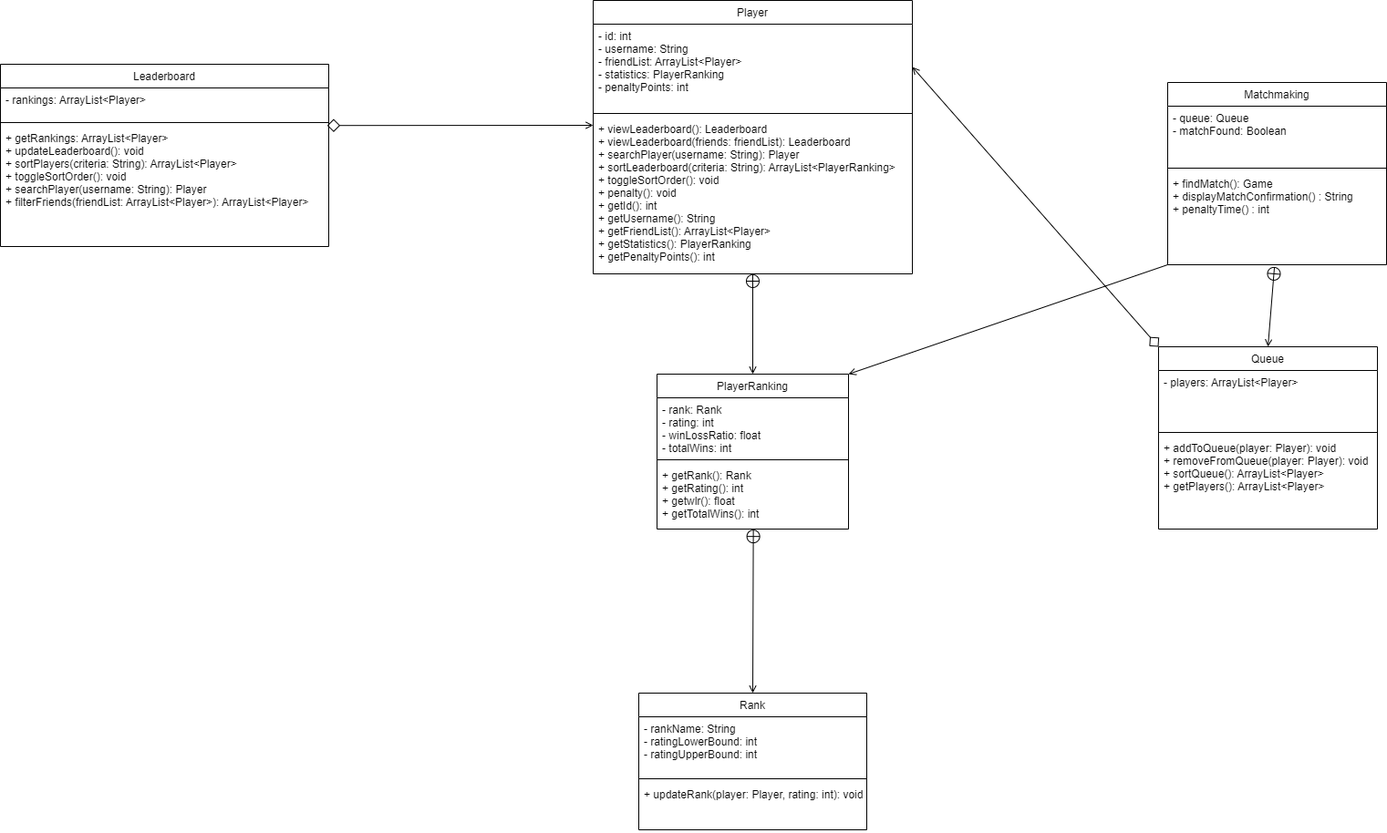
The draw.io diagram Leaderboard_Matchmaking_Documents/to be merged/leaderboard matchmaking class_diagram.png in illiteratewaffle/RetroArcade, before a commit. Source tidied: cells renumbered, new cells last; positions are measured from the earlier drawing's top-left corner, leaving out a move shared by most shapes.
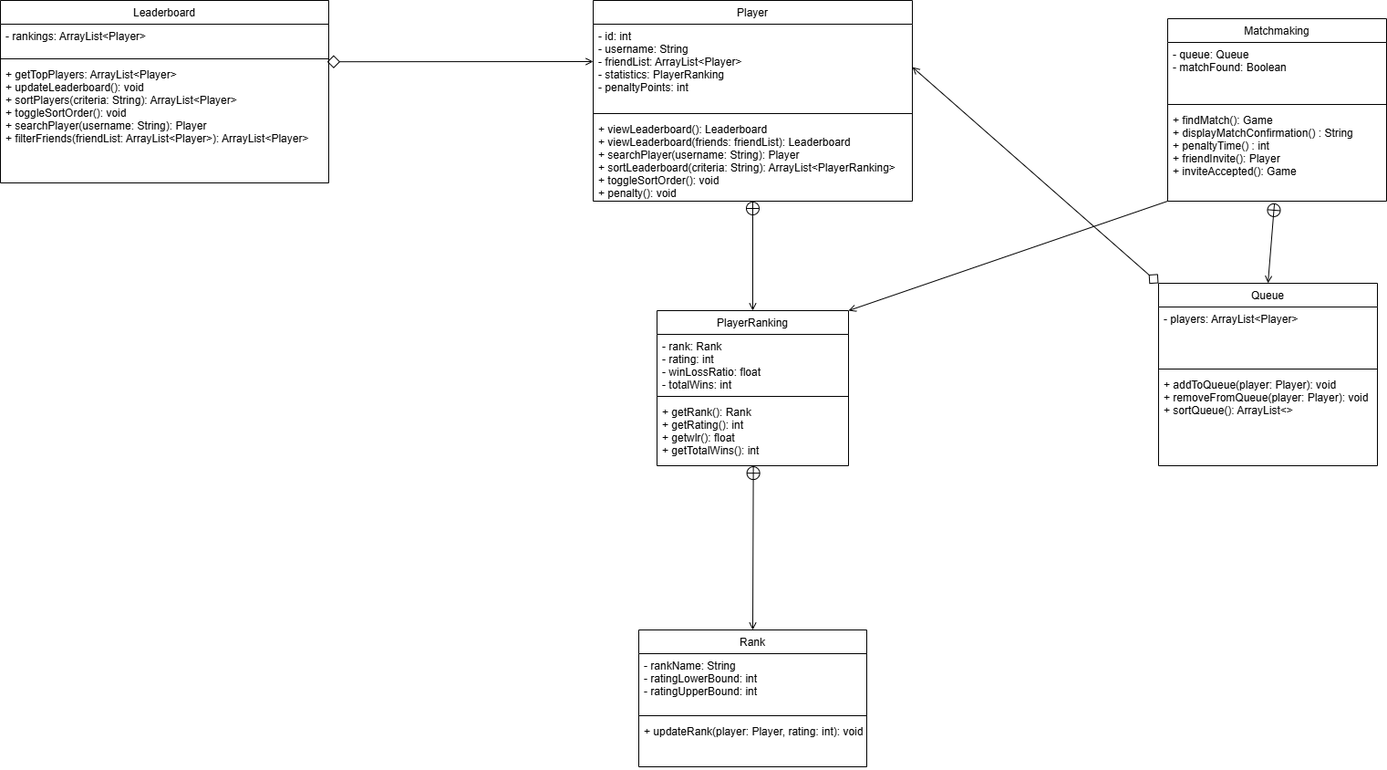
Above is the later version.

What changed in the source:
```diff
@@ -6,7 +6,7 @@
       <mxGeometry relative="1" as="geometry" />
     </mxCell>
     <mxCell id="3" value="Player" style="swimlane;fontStyle=0;align=center;verticalAlign=top;horizontal=1;startSize=26;rounded=0;shadow=0;strokeWidth=1;" parent="1" vertex="1">
-      <mxGeometry x="650" width="350" height="300" as="geometry" />
+      <mxGeometry x="650" y="70" width="350" height="220" as="geometry" />
     </mxCell>
     <mxCell id="4" value="- id: int&#10;- username: String&#10;- friendList: ArrayList&lt;Player&gt;&#10;- statistics: PlayerRanking&#10;- penaltyPoints: int" style="text;align=left;verticalAlign=top;spacingLeft=4;spacingRight=4;overflow=hidden;points=[[0,0.5],[1,0.5]];portConstraint=eastwest;" parent="3" vertex="1">
       <mxGeometry y="26" width="350" height="94" as="geometry" />
@@ -14,8 +14,8 @@
     <mxCell id="5" style="line;html=1;strokeWidth=1;align=left;verticalAlign=middle;spacingTop=-1;spacingLeft=3;spacingRight=3;labelPosition=right;" parent="3" vertex="1">
       <mxGeometry y="120" width="350" height="8" as="geometry" />
     </mxCell>
-    <mxCell id="6" value="+ viewLeaderboard(): Leaderboard&#10;+ viewLeaderboard(friends: friendList): Leaderboard&#10;+ searchPlayer(username: String): Player&#10;+ sortLeaderboard(criteria: String): ArrayList&lt;PlayerRanking&gt;&#10;+ toggleSortOrder(): void &#10;+ penalty(): void&#10;+ getId(): int&#10;+ getUsername(): String&#10;+ getFriendList(): ArrayList&lt;Player&gt;&#10;+ getStatistics(): PlayerRanking&#10;+ getPenaltyPoints(): int&#10;" style="text;align=left;verticalAlign=top;spacingLeft=4;spacingRight=4;overflow=hidden;" parent="3" vertex="1">
-      <mxGeometry y="128" width="350" height="172" as="geometry" />
+    <mxCell id="6" value="+ viewLeaderboard(): Leaderboard&#10;+ viewLeaderboard(friends: friendList): Leaderboard&#10;+ searchPlayer(username: String): Player&#10;+ sortLeaderboard(criteria: String): ArrayList&lt;PlayerRanking&gt;&#10;+ toggleSortOrder(): void &#10;+ penalty(): void&#10;&#10;" style="text;align=left;verticalAlign=top;spacingLeft=4;spacingRight=4;overflow=hidden;" parent="3" vertex="1">
+      <mxGeometry y="128" width="350" height="92" as="geometry" />
     </mxCell>
     <mxCell id="7" style="edgeStyle=orthogonalEdgeStyle;rounded=0;jettySize=auto;html=1;entryX=0;entryY=0.415;entryDx=0;entryDy=0;entryPerimeter=0;" parent="3" edge="1" target="4">
       <mxGeometry relative="1" as="geometry">
@@ -34,7 +34,7 @@
     <mxCell id="11" style="line;html=1;strokeWidth=1;align=left;verticalAlign=middle;spacingTop=-1;spacingLeft=3;spacingRight=3;labelPosition=right;" parent="9" vertex="1">
       <mxGeometry y="90" width="240" height="8" as="geometry" />
     </mxCell>
-    <mxCell id="12" value="+ findMatch(): Game&#10;+ displayMatchConfirmation() : String&#10;+ penaltyTime() : int" style="text;align=left;verticalAlign=top;spacingLeft=4;spacingRight=4;overflow=hidden;points=[[0,0.5],[1,0.5]];portConstraint=eastwest;" parent="9" vertex="1">
+    <mxCell id="12" value="+ findMatch(): Game&#10;+ displayMatchConfirmation() : String&#10;+ penaltyTime() : int&#10;+ friendInvite(): Player&#10;+ inviteAccepted(): Game" style="text;align=left;verticalAlign=top;spacingLeft=4;spacingRight=4;overflow=hidden;points=[[0,0.5],[1,0.5]];portConstraint=eastwest;" parent="9" vertex="1">
       <mxGeometry y="98" width="240" height="102" as="geometry" />
     </mxCell>
     <mxCell id="13" value="Rank" style="swimlane;fontStyle=0;align=center;verticalAlign=top;horizontal=1;startSize=26;rounded=0;shadow=0;strokeWidth=1;" parent="1" vertex="1">
@@ -58,7 +58,7 @@
     <mxCell id="19" style="line;html=1;strokeWidth=1;align=left;verticalAlign=middle;spacingTop=-1;spacingLeft=3;spacingRight=3;labelPosition=right;" parent="17" vertex="1">
       <mxGeometry y="60" width="360" height="8" as="geometry" />
     </mxCell>
-    <mxCell id="20" value="+ getRankings: ArrayList&lt;Player&gt;&#10;+ updateLeaderboard(): void&#10;+ sortPlayers(criteria: String): ArrayList&lt;Player&gt;&#10;+ toggleSortOrder(): void&#10;+ searchPlayer(username: String): Player&#10;+ filterFriends(friendList: ArrayList&lt;Player&gt;): ArrayList&lt;Player&gt;" style="text;align=left;verticalAlign=top;spacingLeft=4;spacingRight=4;overflow=hidden;points=[[0,0.5],[1,0.5]];portConstraint=eastwest;" parent="17" vertex="1">
+    <mxCell id="20" value="+ getTopPlayers: ArrayList&lt;Player&gt;&#10;+ updateLeaderboard(): void&#10;+ sortPlayers(criteria: String): ArrayList&lt;Player&gt;&#10;+ toggleSortOrder(): void&#10;+ searchPlayer(username: String): Player&#10;+ filterFriends(friendList: ArrayList&lt;Player&gt;): ArrayList&lt;Player&gt;" style="text;align=left;verticalAlign=top;spacingLeft=4;spacingRight=4;overflow=hidden;points=[[0,0.5],[1,0.5]];portConstraint=eastwest;" parent="17" vertex="1">
       <mxGeometry y="68" width="360" height="132" as="geometry" />
     </mxCell>
     <mxCell id="21" value="PlayerRanking" style="swimlane;fontStyle=0;align=center;verticalAlign=top;horizontal=1;startSize=26;rounded=0;shadow=0;strokeWidth=1;" parent="1" vertex="1">
@@ -93,7 +93,7 @@
     <mxCell id="30" style="line;html=1;strokeWidth=1;align=left;verticalAlign=middle;spacingTop=-1;spacingLeft=3;spacingRight=3;labelPosition=right;" parent="28" vertex="1">
       <mxGeometry y="90" width="240" height="8" as="geometry" />
     </mxCell>
-    <mxCell id="31" value="+ addToQueue(player: Player): void&#10;+ removeFromQueue(player: Player): void&#10;+ sortQueue(): ArrayList&lt;Player&gt;&#10;+ getPlayers(): ArrayList&lt;Player&gt;" style="text;align=left;verticalAlign=top;spacingLeft=4;spacingRight=4;overflow=hidden;" parent="28" vertex="1">
+    <mxCell id="31" value="+ addToQueue(player: Player): void&#10;+ removeFromQueue(player: Player): void&#10;+ sortQueue(): ArrayList&lt;&gt;" style="text;align=left;verticalAlign=top;spacingLeft=4;spacingRight=4;overflow=hidden;" parent="28" vertex="1">
       <mxGeometry y="98" width="240" height="102" as="geometry" />
     </mxCell>
     <mxCell id="32" style="rounded=0;jettySize=auto;html=1;exitX=0.5;exitY=0;exitDx=0;exitDy=0;entryX=0.488;entryY=1.019;entryDx=0;entryDy=0;endArrow=circlePlus;endFill=0;startArrow=open;startFill=0;entryPerimeter=0;" parent="1" edge="1" source="28" target="12">
```
